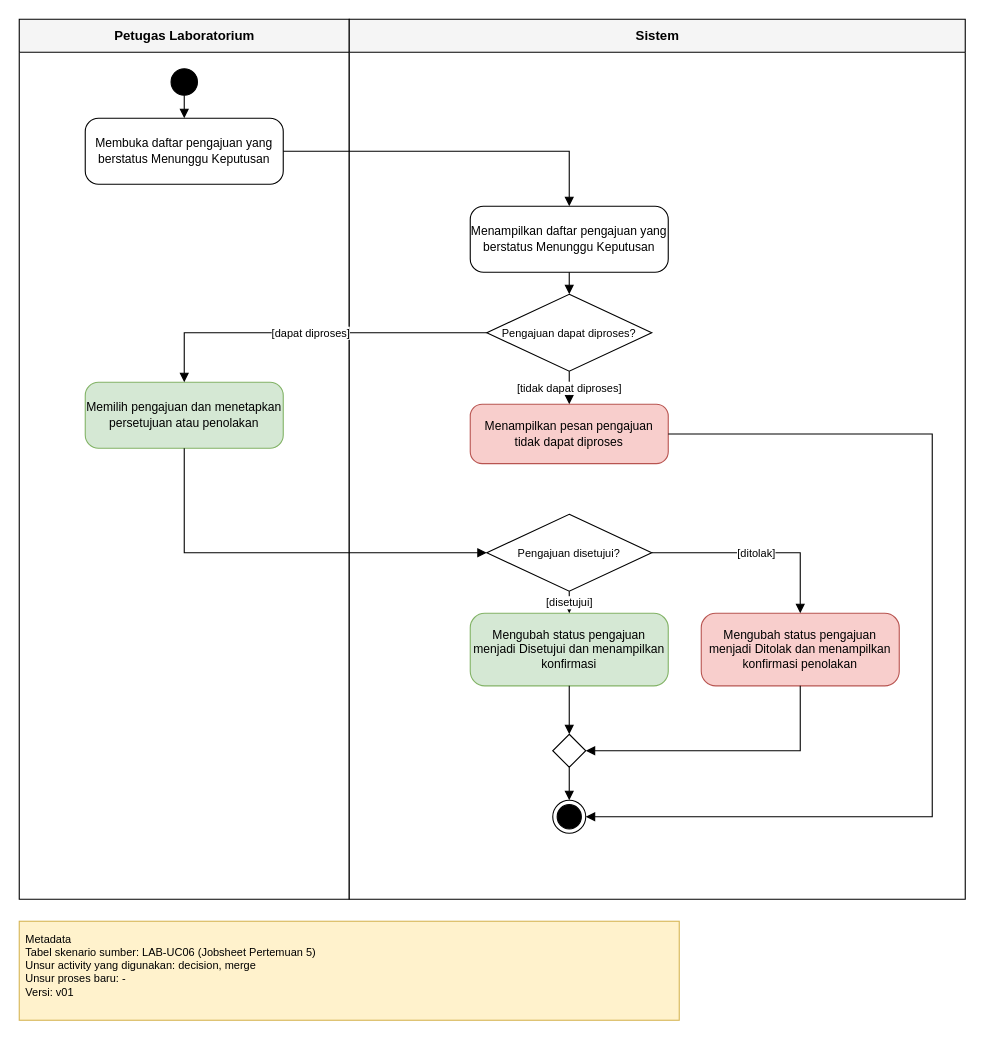
The draw.io diagram 04_model_analisis/P06/LAB/P06_2406027_LAB_activity_keputusan_v01.drawio in Muhamadrojaka15/IFRWP5149_2406027_LabAlat, before the edit. Source tidied: cells renumbered, new cells numbered last; positions are measured from the earlier drawing's top-left corner, leaving out a move shared by most shapes. Both pictures are drawn from the tidied source at 110%, with x=0, y=0 at pixel (19, 19).
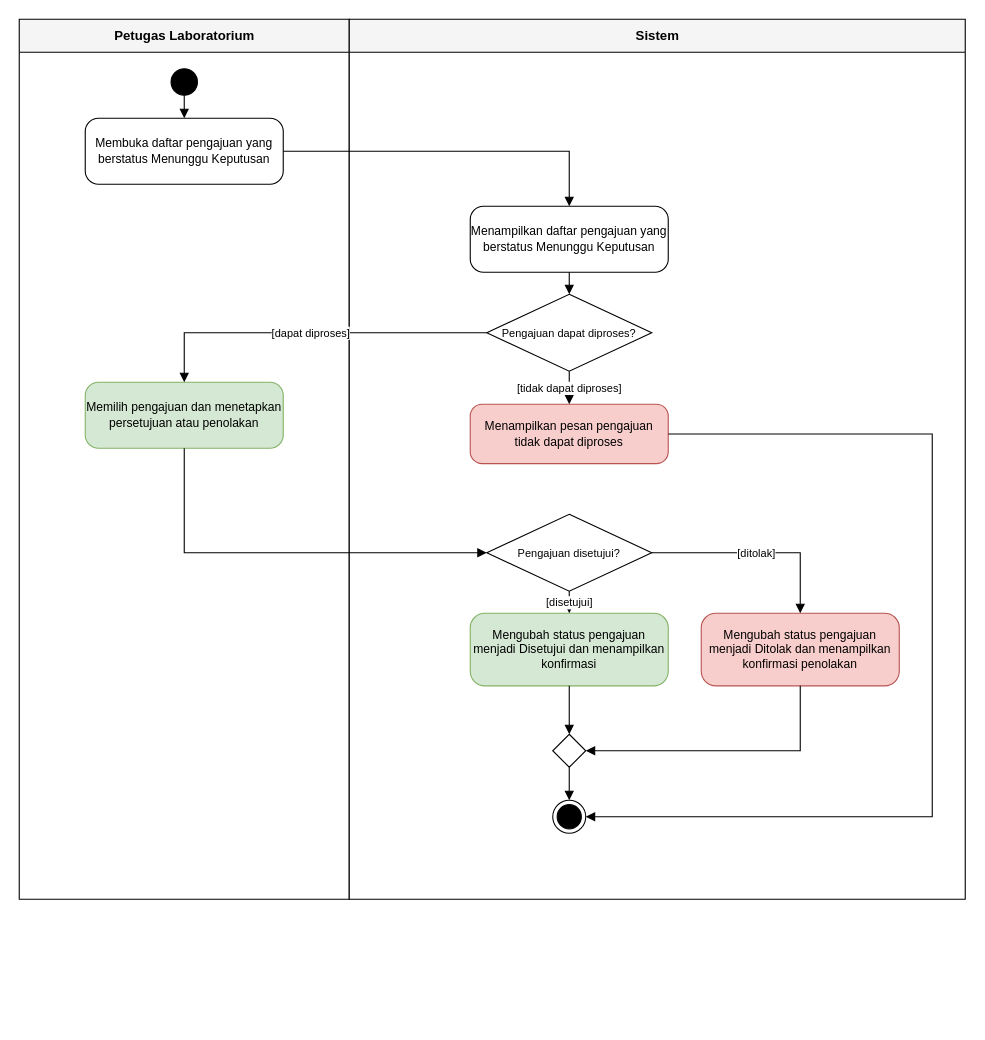
After the change.

What changed in the source:
```diff
@@
-    <mxCell id="27" value="Metadata&#10;Tabel skenario sumber: LAB-UC06 (Jobsheet Pertemuan 5)&#10;Unsur activity yang digunakan: decision, merge&#10;Unsur proses baru: -&#10;Versi: v01" style="text;html=1;whiteSpace=wrap;align=left;verticalAlign=top;fontSize=10;fillColor=#fff2cc;strokeColor=#d6b656;spacing=6;" parent="1" vertex="1">
-      <mxGeometry y="820" width="600" height="90" as="geometry" />
-    </mxCell>
```
